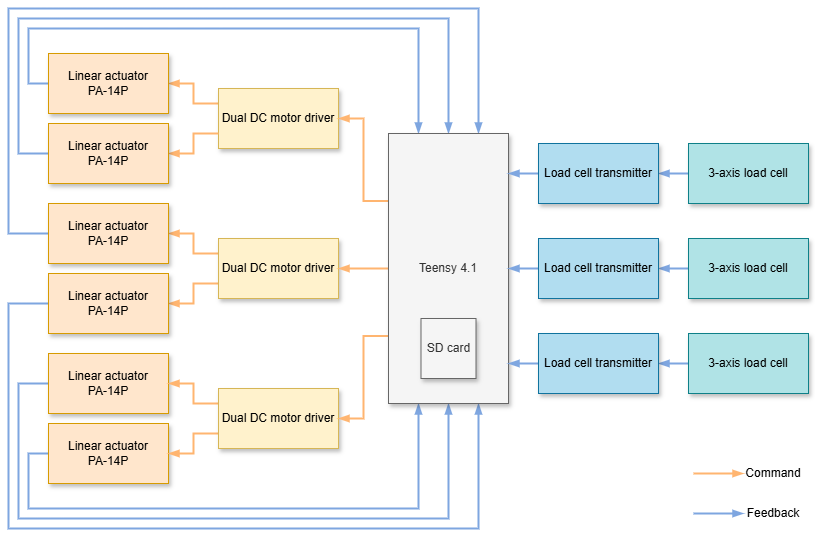
This is report/figures/elec_schematic.drawio.png from Bdg9/RoboticsJawArduino, a draw.io export, as it was before one commit. Source tidied: cells renumbered, new cells last; positions are measured from the earlier drawing's top-left corner, leaving out a move shared by most shapes.
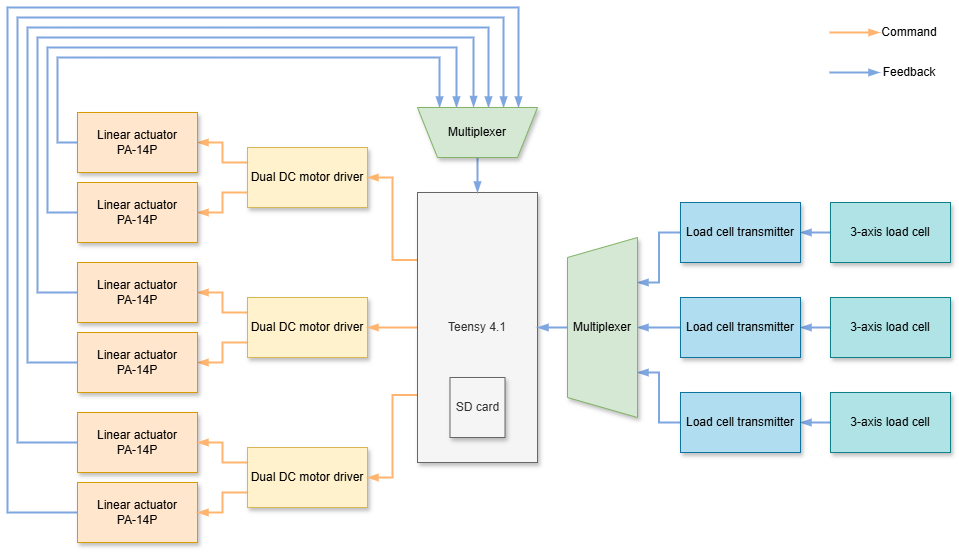
After the commit.

The edit, as a diff of the source:
```diff
@@ -5,12 +5,12 @@
     <mxCell id="2" style="edgeStyle=orthogonalEdgeStyle;rounded=0;jettySize=auto;html=1;exitX=1;exitY=0.5;exitDx=0;exitDy=0;entryX=0;entryY=0.25;entryDx=0;entryDy=0;endArrow=none;endFill=1;strokeWidth=2;startFill=1;startArrow=blockThin;strokeColor=#FFB570;" parent="1" edge="1" source="4" target="5">
       <mxGeometry relative="1" as="geometry" />
     </mxCell>
-    <mxCell id="3" style="edgeStyle=orthogonalEdgeStyle;rounded=0;jettySize=auto;html=1;exitX=0;exitY=0.5;exitDx=0;exitDy=0;entryX=0.25;entryY=0;entryDx=0;entryDy=0;endArrow=blockThin;endFill=1;strokeWidth=2;strokeColor=#7EA6E0;" parent="1" edge="1" source="4" target="26">
+    <mxCell id="3" style="edgeStyle=orthogonalEdgeStyle;rounded=0;jettySize=auto;html=1;exitX=0;exitY=0.5;exitDx=0;exitDy=0;endArrow=blockThin;endFill=1;strokeWidth=2;strokeColor=#7EA6E0;" parent="1" edge="1" source="4" target="47">
       <mxGeometry relative="1" as="geometry">
         <Array as="points">
           <mxPoint x="20" y="75" />
-          <mxPoint x="20" y="20" />
-          <mxPoint x="410" y="20" />
+          <mxPoint x="20" y="-10" />
+          <mxPoint x="402" y="-10" />
         </Array>
       </mxGeometry>
     </mxCell>
@@ -20,12 +20,12 @@
     <mxCell id="5" value="Dual DC motor driver" style="rounded=0;whiteSpace=wrap;html=1;fillColor=#fff2cc;strokeColor=#d6b656;shadow=1;" parent="1" vertex="1">
       <mxGeometry x="210" y="80" width="120" height="60" as="geometry" />
     </mxCell>
-    <mxCell id="6" style="edgeStyle=orthogonalEdgeStyle;rounded=0;jettySize=auto;html=1;exitX=0;exitY=0.5;exitDx=0;exitDy=0;entryX=0.5;entryY=1;entryDx=0;entryDy=0;endArrow=blockThin;endFill=1;strokeWidth=2;strokeColor=#7EA6E0;" parent="1" edge="1" source="7" target="26">
+    <mxCell id="6" style="edgeStyle=orthogonalEdgeStyle;rounded=0;jettySize=auto;html=1;exitX=0;exitY=0.5;exitDx=0;exitDy=0;endArrow=blockThin;endFill=1;strokeWidth=2;strokeColor=#7EA6E0;" parent="1" edge="1" source="7" target="47">
       <mxGeometry relative="1" as="geometry">
         <Array as="points">
-          <mxPoint x="10" y="375" />
-          <mxPoint x="10" y="510" />
-          <mxPoint x="440" y="510" />
+          <mxPoint x="-20" y="375" />
+          <mxPoint x="-20" y="-50" />
+          <mxPoint x="466" y="-50" />
         </Array>
       </mxGeometry>
     </mxCell>
@@ -35,12 +35,12 @@
     <mxCell id="8" style="edgeStyle=orthogonalEdgeStyle;rounded=0;jettySize=auto;html=1;exitX=1;exitY=0.5;exitDx=0;exitDy=0;endArrow=none;endFill=1;strokeWidth=2;startFill=1;startArrow=blockThin;entryX=0;entryY=0.75;entryDx=0;entryDy=0;strokeColor=#FFB570;" parent="1" edge="1" source="10" target="5">
       <mxGeometry relative="1" as="geometry" />
     </mxCell>
-    <mxCell id="9" style="edgeStyle=orthogonalEdgeStyle;rounded=0;jettySize=auto;html=1;exitX=0;exitY=0.5;exitDx=0;exitDy=0;entryX=0.5;entryY=0;entryDx=0;entryDy=0;strokeWidth=2;endArrow=blockThin;endFill=1;strokeColor=#7EA6E0;" parent="1" edge="1" source="10" target="26">
+    <mxCell id="9" style="edgeStyle=orthogonalEdgeStyle;rounded=0;jettySize=auto;html=1;exitX=0;exitY=0.5;exitDx=0;exitDy=0;strokeWidth=2;endArrow=blockThin;endFill=1;strokeColor=#7EA6E0;entryX=0.675;entryY=1;entryDx=0;entryDy=0;entryPerimeter=0;" parent="1" edge="1" source="10" target="47">
       <mxGeometry relative="1" as="geometry">
         <Array as="points">
           <mxPoint x="10" y="145" />
-          <mxPoint x="10" y="10" />
-          <mxPoint x="440" y="10" />
+          <mxPoint x="10" y="-20" />
+          <mxPoint x="419" y="-20" />
         </Array>
       </mxGeometry>
     </mxCell>
@@ -50,12 +50,13 @@
     <mxCell id="11" style="edgeStyle=orthogonalEdgeStyle;rounded=0;jettySize=auto;html=1;exitX=1;exitY=0.5;exitDx=0;exitDy=0;entryX=0;entryY=0.25;entryDx=0;entryDy=0;endArrow=none;endFill=1;strokeWidth=2;startArrow=blockThin;startFill=1;strokeColor=#FFB570;" parent="1" edge="1" source="13" target="19">
       <mxGeometry relative="1" as="geometry" />
     </mxCell>
-    <mxCell id="12" style="edgeStyle=orthogonalEdgeStyle;rounded=0;jettySize=auto;html=1;exitX=0;exitY=0.5;exitDx=0;exitDy=0;entryX=0.75;entryY=0;entryDx=0;entryDy=0;strokeWidth=2;endArrow=blockThin;endFill=1;strokeColor=#7EA6E0;" parent="1" edge="1" source="13" target="26">
+    <mxCell id="12" style="edgeStyle=orthogonalEdgeStyle;rounded=0;jettySize=auto;html=1;exitX=0;exitY=0.5;exitDx=0;exitDy=0;strokeWidth=2;endArrow=blockThin;endFill=1;strokeColor=#7EA6E0;entryX=0.537;entryY=1.01;entryDx=0;entryDy=0;entryPerimeter=0;" parent="1" edge="1" source="13" target="47">
       <mxGeometry relative="1" as="geometry">
         <Array as="points">
           <mxPoint y="225" />
-          <mxPoint />
-          <mxPoint x="470" />
+          <mxPoint y="-30" />
+          <mxPoint x="436" y="-30" />
+          <mxPoint x="436" y="40" />
         </Array>
       </mxGeometry>
     </mxCell>
@@ -65,24 +66,24 @@
     <mxCell id="14" style="edgeStyle=orthogonalEdgeStyle;rounded=0;jettySize=auto;html=1;exitX=1;exitY=0.5;exitDx=0;exitDy=0;strokeWidth=2;endArrow=none;endFill=1;startArrow=blockThin;startFill=1;entryX=0;entryY=0.75;entryDx=0;entryDy=0;strokeColor=#FFB570;" parent="1" edge="1" source="16" target="19">
       <mxGeometry relative="1" as="geometry" />
     </mxCell>
-    <mxCell id="15" style="edgeStyle=orthogonalEdgeStyle;rounded=0;jettySize=auto;html=1;exitX=0;exitY=0.5;exitDx=0;exitDy=0;entryX=0.75;entryY=1;entryDx=0;entryDy=0;strokeWidth=2;endArrow=blockThin;endFill=1;strokeColor=#7EA6E0;" parent="1" edge="1" source="16" target="26">
+    <mxCell id="15" style="edgeStyle=orthogonalEdgeStyle;rounded=0;jettySize=auto;html=1;exitX=0;exitY=0.5;exitDx=0;exitDy=0;strokeWidth=2;endArrow=blockThin;endFill=1;strokeColor=#7EA6E0;" parent="1" edge="1" source="16" target="47">
       <mxGeometry relative="1" as="geometry">
         <Array as="points">
-          <mxPoint y="295" />
-          <mxPoint y="520" />
-          <mxPoint x="470" y="520" />
+          <mxPoint x="-10" y="295" />
+          <mxPoint x="-10" y="-40" />
+          <mxPoint x="451" y="-40" />
         </Array>
       </mxGeometry>
     </mxCell>
     <mxCell id="16" value="Linear actuator&lt;div&gt;PA-14P&lt;/div&gt;" style="rounded=0;whiteSpace=wrap;html=1;fillColor=#ffe6cc;strokeColor=#d79b00;shadow=1;" parent="1" vertex="1">
       <mxGeometry x="40" y="265" width="120" height="60" as="geometry" />
     </mxCell>
-    <mxCell id="17" style="edgeStyle=orthogonalEdgeStyle;rounded=0;jettySize=auto;html=1;exitX=0;exitY=0.5;exitDx=0;exitDy=0;entryX=0.25;entryY=1;entryDx=0;entryDy=0;endArrow=blockThin;endFill=1;strokeWidth=2;strokeColor=#7EA6E0;" parent="1" edge="1" source="18" target="26">
+    <mxCell id="17" style="edgeStyle=orthogonalEdgeStyle;rounded=0;jettySize=auto;html=1;exitX=0;exitY=0.5;exitDx=0;exitDy=0;endArrow=blockThin;endFill=1;strokeWidth=2;strokeColor=#7EA6E0;" parent="1" edge="1" source="18" target="47">
       <mxGeometry relative="1" as="geometry">
         <Array as="points">
-          <mxPoint x="20" y="445" />
-          <mxPoint x="20" y="500" />
-          <mxPoint x="410" y="500" />
+          <mxPoint x="-30" y="445" />
+          <mxPoint x="-30" y="-60" />
+          <mxPoint x="481" y="-60" />
         </Array>
       </mxGeometry>
     </mxCell>
@@ -117,40 +118,40 @@
       <mxGeometry relative="1" as="geometry" />
     </mxCell>
     <mxCell id="28" value="3-axis load cell" style="rounded=0;whiteSpace=wrap;html=1;shadow=1;fillColor=#b0e3e6;strokeColor=#0e8088;" parent="1" vertex="1">
-      <mxGeometry x="680" y="135" width="120" height="60" as="geometry" />
+      <mxGeometry x="793" y="135" width="120" height="60" as="geometry" />
     </mxCell>
     <mxCell id="29" style="edgeStyle=orthogonalEdgeStyle;rounded=0;jettySize=auto;html=1;exitX=0;exitY=0.5;exitDx=0;exitDy=0;entryX=1;entryY=0.5;entryDx=0;entryDy=0;endArrow=blockThin;endFill=1;strokeWidth=2;strokeColor=#7EA6E0;" parent="1" edge="1" source="30" target="36">
       <mxGeometry relative="1" as="geometry" />
     </mxCell>
     <mxCell id="30" value="3-axis load cell" style="rounded=0;whiteSpace=wrap;html=1;shadow=1;fillColor=#b0e3e6;strokeColor=#0e8088;" parent="1" vertex="1">
-      <mxGeometry x="680" y="230" width="120" height="60" as="geometry" />
+      <mxGeometry x="793" y="230" width="120" height="60" as="geometry" />
     </mxCell>
     <mxCell id="31" style="edgeStyle=orthogonalEdgeStyle;rounded=0;jettySize=auto;html=1;exitX=0;exitY=0.5;exitDx=0;exitDy=0;entryX=1;entryY=0.5;entryDx=0;entryDy=0;endArrow=blockThin;endFill=1;strokeWidth=2;strokeColor=#7EA6E0;" parent="1" edge="1" source="32" target="38">
       <mxGeometry relative="1" as="geometry" />
     </mxCell>
     <mxCell id="32" value="3-axis load cell" style="rounded=0;whiteSpace=wrap;html=1;shadow=1;fillColor=#b0e3e6;strokeColor=#0e8088;" parent="1" vertex="1">
-      <mxGeometry x="680" y="325" width="120" height="60" as="geometry" />
+      <mxGeometry x="793" y="325" width="120" height="60" as="geometry" />
     </mxCell>
-    <mxCell id="33" style="edgeStyle=orthogonalEdgeStyle;rounded=0;jettySize=auto;html=1;exitX=0;exitY=0.5;exitDx=0;exitDy=0;entryX=1;entryY=0.15;entryDx=0;entryDy=0;endArrow=blockThin;endFill=1;strokeWidth=2;strokeColor=#7EA6E0;entryPerimeter=0;" parent="1" edge="1" source="34" target="26">
+    <mxCell id="33" style="edgeStyle=orthogonalEdgeStyle;rounded=0;jettySize=auto;html=1;exitX=0;exitY=0.5;exitDx=0;exitDy=0;endArrow=blockThin;endFill=1;strokeWidth=2;strokeColor=#7EA6E0;entryX=0.75;entryY=1;entryDx=0;entryDy=0;entryPerimeter=0;" parent="1" edge="1" source="34" target="48">
       <mxGeometry relative="1" as="geometry" />
     </mxCell>
     <mxCell id="34" value="Load cell transmitter" style="rounded=0;whiteSpace=wrap;html=1;fillColor=#b1ddf0;strokeColor=#10739e;shadow=1;" parent="1" vertex="1">
-      <mxGeometry x="530" y="135" width="120" height="60" as="geometry" />
+      <mxGeometry x="643" y="135" width="120" height="60" as="geometry" />
     </mxCell>
-    <mxCell id="35" style="edgeStyle=orthogonalEdgeStyle;rounded=0;jettySize=auto;html=1;exitX=0;exitY=0.5;exitDx=0;exitDy=0;entryX=1;entryY=0.5;entryDx=0;entryDy=0;endArrow=blockThin;endFill=1;strokeWidth=2;strokeColor=#7EA6E0;" parent="1" edge="1" source="36" target="26">
+    <mxCell id="35" style="edgeStyle=orthogonalEdgeStyle;rounded=0;jettySize=auto;html=1;exitX=0;exitY=0.5;exitDx=0;exitDy=0;entryX=0.5;entryY=1;entryDx=0;entryDy=0;endArrow=blockThin;endFill=1;strokeWidth=2;strokeColor=#7EA6E0;entryPerimeter=0;" parent="1" edge="1" source="36" target="48">
       <mxGeometry relative="1" as="geometry" />
     </mxCell>
     <mxCell id="36" value="Load cell transmitter" style="rounded=0;whiteSpace=wrap;html=1;fillColor=#b1ddf0;strokeColor=#10739e;shadow=1;" parent="1" vertex="1">
-      <mxGeometry x="530" y="230" width="120" height="60" as="geometry" />
+      <mxGeometry x="643" y="230" width="120" height="60" as="geometry" />
     </mxCell>
-    <mxCell id="37" style="edgeStyle=orthogonalEdgeStyle;rounded=0;jettySize=auto;html=1;exitX=0;exitY=0.5;exitDx=0;exitDy=0;endArrow=blockThin;endFill=1;strokeWidth=2;strokeColor=#7EA6E0;entryX=1;entryY=0.85;entryDx=0;entryDy=0;entryPerimeter=0;" parent="1" edge="1" source="38" target="26">
+    <mxCell id="37" style="edgeStyle=orthogonalEdgeStyle;rounded=0;jettySize=auto;html=1;exitX=0;exitY=0.5;exitDx=0;exitDy=0;endArrow=blockThin;endFill=1;strokeWidth=2;strokeColor=#7EA6E0;entryX=0.25;entryY=1;entryDx=0;entryDy=0;entryPerimeter=0;" parent="1" edge="1" source="38" target="48">
       <mxGeometry relative="1" as="geometry" />
     </mxCell>
     <mxCell id="38" value="Load cell transmitter" style="rounded=0;whiteSpace=wrap;html=1;fillColor=#b1ddf0;strokeColor=#10739e;shadow=1;" parent="1" vertex="1">
-      <mxGeometry x="530" y="325" width="120" height="60" as="geometry" />
+      <mxGeometry x="643" y="325" width="120" height="60" as="geometry" />
     </mxCell>
     <mxCell id="39" style="rounded=0;whiteSpace=wrap;html=1;strokeColor=none;" parent="1" vertex="1">
-      <mxGeometry x="685" y="465" width="50" height="40" as="geometry" />
+      <mxGeometry x="792" y="-35" width="50" height="40" as="geometry" />
     </mxCell>
     <mxCell id="40" style="edgeStyle=none;rounded=0;orthogonalLoop=1;jettySize=auto;html=1;exitX=0;exitY=0;exitDx=0;exitDy=0;entryX=1;entryY=0;entryDx=0;entryDy=0;strokeWidth=2;endArrow=blockThin;endFill=1;strokeColor=#FFB570;" parent="1" edge="1" source="39" target="39">
       <mxGeometry relative="1" as="geometry" />
@@ -159,13 +160,25 @@
       <mxGeometry relative="1" as="geometry" />
     </mxCell>
     <mxCell id="42" value="Command" style="text;html=1;align=center;verticalAlign=middle;whiteSpace=wrap;rounded=0;" parent="1" vertex="1">
-      <mxGeometry x="735" y="450" width="60" height="30" as="geometry" />
+      <mxGeometry x="842" y="-50" width="60" height="30" as="geometry" />
     </mxCell>
     <mxCell id="43" value="Feedback" style="text;html=1;align=center;verticalAlign=middle;whiteSpace=wrap;rounded=0;" parent="1" vertex="1">
-      <mxGeometry x="735" y="490" width="60" height="30" as="geometry" />
+      <mxGeometry x="842" y="-10" width="60" height="30" as="geometry" />
     </mxCell>
     <mxCell id="44" value="SD card" style="rounded=0;whiteSpace=wrap;html=1;shadow=1;fillColor=#f5f5f5;fontColor=#333333;strokeColor=#666666;" parent="1" vertex="1">
       <mxGeometry x="412.5" y="310" width="55" height="60" as="geometry" />
     </mxCell>
+    <mxCell id="45" style="edgeStyle=orthogonalEdgeStyle;rounded=0;jettySize=auto;html=1;exitX=0.5;exitY=0;exitDx=0;exitDy=0;exitPerimeter=0;entryX=0.5;entryY=0;entryDx=0;entryDy=0;entryPerimeter=0;strokeColor=#7EA6E0;strokeWidth=2;endArrow=blockThin;endFill=1;" parent="1" edge="1" source="47" target="26">
+      <mxGeometry relative="1" as="geometry" />
+    </mxCell>
+    <mxCell id="46" style="edgeStyle=orthogonalEdgeStyle;rounded=0;jettySize=auto;html=1;exitX=0.5;exitY=0;exitDx=0;exitDy=0;exitPerimeter=0;entryX=1;entryY=0.5;entryDx=0;entryDy=0;entryPerimeter=0;strokeColor=#7EA6E0;endArrow=blockThin;endFill=1;strokeWidth=2;" parent="1" edge="1" source="48" target="26">
+      <mxGeometry relative="1" as="geometry" />
+    </mxCell>
+    <mxCell id="47" value="Multiplexer" style="shape=trapezoid;perimeter=trapezoidPerimeter;whiteSpace=wrap;html=1;fixedSize=1;fillColor=#d5e8d4;strokeColor=#82b366;shadow=1;direction=west;points=[[0,0,0,0,0],[0,0.25,0,0,0],[0,0.5,0,0,0],[0.13,0,0,0,0],[0.14,0,0,0,0],[0.28,0,0,0,0],[0.42,0,0,0,0],[0.43,0,0,0,0],[0.5,0,0,0,0],[0.58,0,0,0,0],[0.73,0,0,0,0],[0.87,0,0,0,0],[0.88,0,0,0,0],[1,0,0,0,0],[1,0.25,0,0,0],[1,0.75,0,0,0]];" parent="1" vertex="1">
+      <mxGeometry x="380" y="40" width="120" height="50" as="geometry" />
+    </mxCell>
+    <mxCell id="48" value="Multiplexer" style="shape=trapezoid;perimeter=trapezoidPerimeter;whiteSpace=wrap;html=1;fixedSize=1;fillColor=#d5e8d4;strokeColor=#82b366;shadow=1;direction=north;points=[[0,0,0,0,0],[0,0.25,0,0,0],[0,0.5,0,0,0],[0,0.75,0,0,0],[0,1,0,0,0],[0.25,0,0,0,0],[0.25,1,0,0,0],[0.5,0,0,0,0],[0.5,1,0,0,0],[0.75,0,0,0,0],[0.75,1,0,0,0],[1,0,0,0,0],[1,0.25,0,0,0],[1,0.5,0,0,0],[1,0.75,0,0,0],[1,1,0,0,0]];" parent="1" vertex="1">
+      <mxGeometry x="530" y="170" width="70" height="180" as="geometry" />
+    </mxCell>
   </root>
 </mxGraphModel>
```
